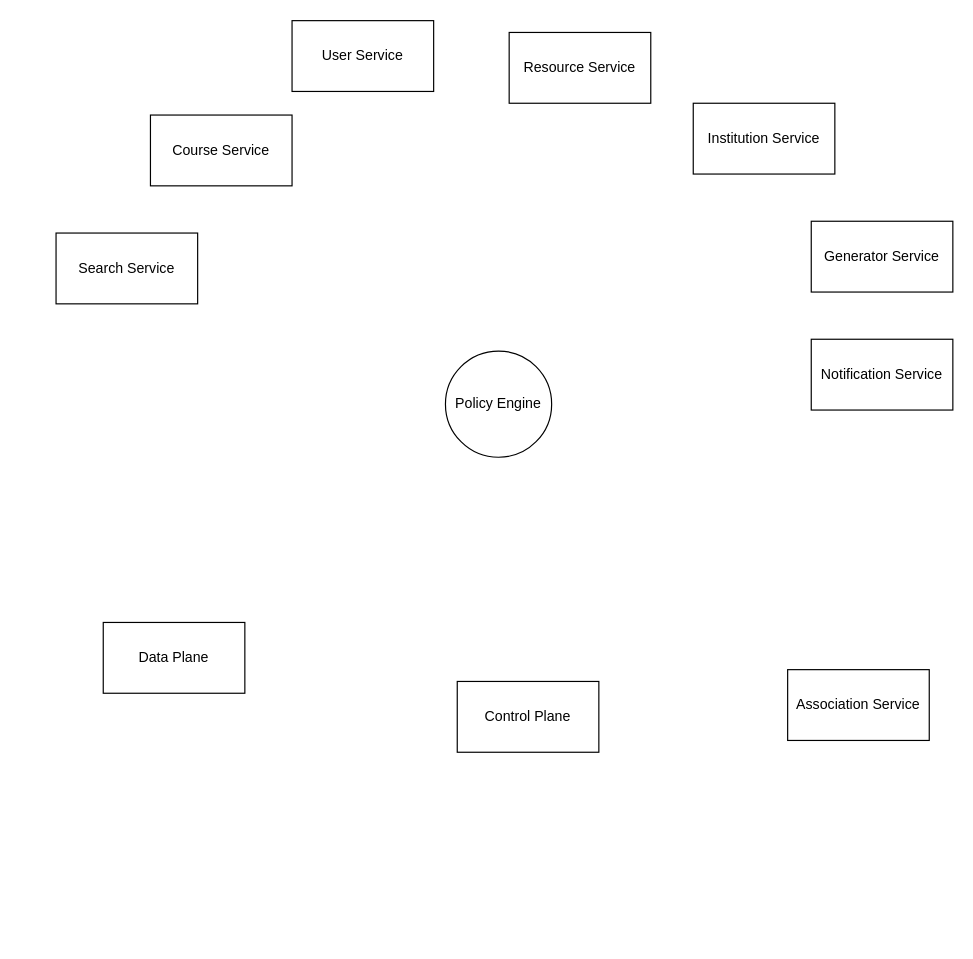
Above: diagrams/ContextDFD/Policy Engine System Context Diagram.drawio in Apollo-LW/Apollo-LW (draw.io), before the change. Source tidied: cells renumbered, new cells numbered last; positions are measured from the earlier drawing's top-left corner, leaving out a move shared by most shapes. Both pictures are drawn from the tidied source at 118%, with x=0, y=0 at pixel (55, 20).
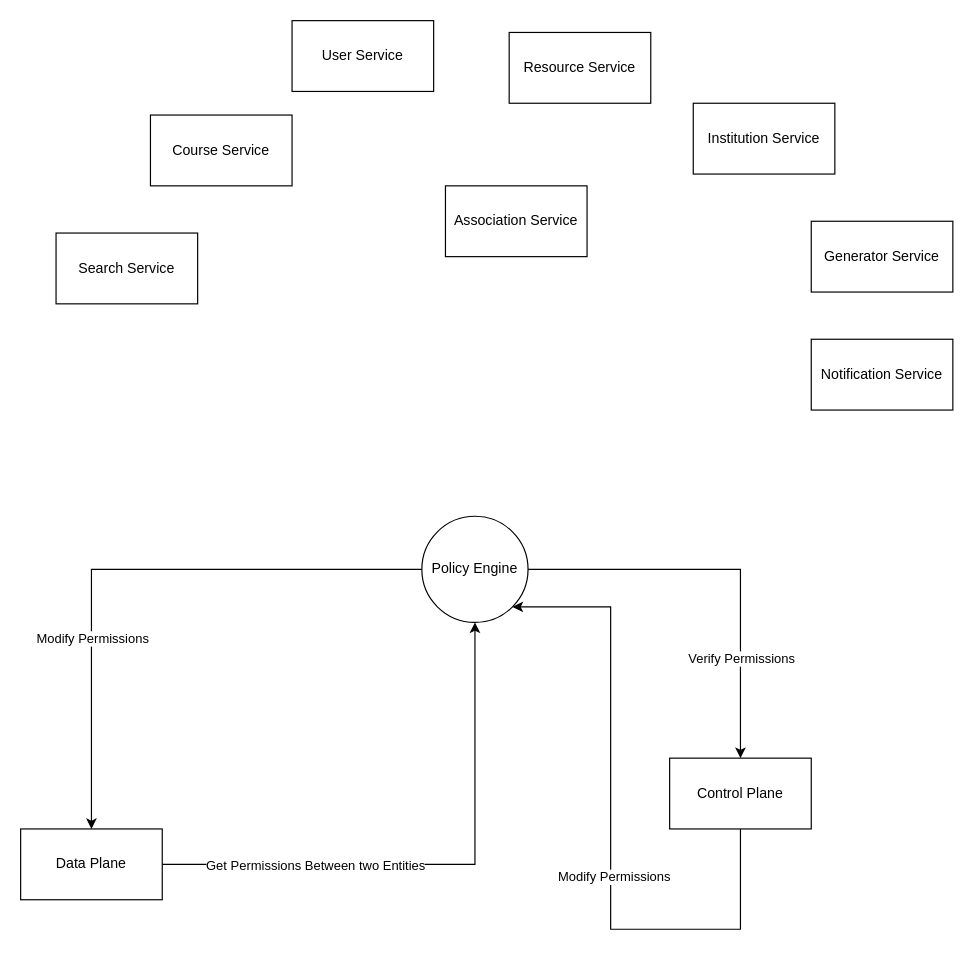
Above is the later version.

Commit message:
Add control and data plane

The edit, as a diff of the source:
```diff
@@
+    <mxCell id="13" style="edgeStyle=orthogonalEdgeStyle;rounded=0;jettySize=auto;html=1;entryX=0.5;entryY=0;entryDx=0;entryDy=0;" parent="1" edge="1" source="2" target="3">
+      <mxGeometry relative="1" as="geometry" />
+    </mxCell>
+    <mxCell id="14" value="Verify Permissions" style="edgeLabel;html=1;align=center;verticalAlign=middle;" parent="13" vertex="1">
+      <mxGeometry x="0.1" y="1" relative="1" as="geometry">
+        <mxPoint x="-1" y="68" as="offset" />
+      </mxGeometry>
+    </mxCell>
+    <mxCell id="15" style="edgeStyle=orthogonalEdgeStyle;rounded=0;jettySize=auto;html=1;entryX=0.5;entryY=0;entryDx=0;entryDy=0;" parent="1" edge="1" source="2" target="4">
+      <mxGeometry relative="1" as="geometry" />
+    </mxCell>
+    <mxCell id="16" value="Modify Permissions" style="edgeLabel;html=1;align=center;verticalAlign=middle;" parent="15" vertex="1">
+      <mxGeometry x="0.35" relative="1" as="geometry" />
+    </mxCell>
     <mxCell id="2" value="Policy Engine" style="ellipse;whiteSpace=wrap;html=1;" parent="1" vertex="1">
-      <mxGeometry x="330" y="280" width="90" height="90" as="geometry" />
+      <mxGeometry x="310" y="420" width="90" height="90" as="geometry" />
     </mxCell>
+    <mxCell id="17" style="edgeStyle=orthogonalEdgeStyle;rounded=0;jettySize=auto;html=1;entryX=1;entryY=1;entryDx=0;entryDy=0;" parent="1" edge="1" source="3" target="2">
+      <mxGeometry relative="1" as="geometry">
+        <Array as="points">
+          <mxPoint x="470" y="770" />
+          <mxPoint x="470" y="497" />
+        </Array>
+      </mxGeometry>
+    </mxCell>
+    <mxCell id="18" value="Modify Permissions" style="edgeLabel;html=1;align=center;verticalAlign=middle;" parent="17" vertex="1">
+      <mxGeometry x="-0.13" y="-2" relative="1" as="geometry" />
+    </mxCell>
     <mxCell id="3" value="Control Plane" style="rounded=0;whiteSpace=wrap;html=1;" parent="1" vertex="1">
-      <mxGeometry x="340" y="560" width="120" height="60" as="geometry" />
+      <mxGeometry x="520" y="625" width="120" height="60" as="geometry" />
     </mxCell>
+    <mxCell id="19" style="edgeStyle=orthogonalEdgeStyle;rounded=0;jettySize=auto;html=1;entryX=0.5;entryY=1;entryDx=0;entryDy=0;" parent="1" edge="1" source="4" target="2">
+      <mxGeometry relative="1" as="geometry">
+        <Array as="points">
+          <mxPoint x="355" y="715" />
+        </Array>
+      </mxGeometry>
+    </mxCell>
+    <mxCell id="20" value="Get Permissions Between two Entities" style="edgeLabel;html=1;align=center;verticalAlign=middle;" parent="19" vertex="1">
+      <mxGeometry x="-0.64" y="1" relative="1" as="geometry">
+        <mxPoint x="44" y="1" as="offset" />
+      </mxGeometry>
+    </mxCell>
     <mxCell id="4" value="Data Plane" style="rounded=0;whiteSpace=wrap;html=1;" parent="1" vertex="1">
-      <mxGeometry x="40" y="510" width="120" height="60" as="geometry" />
+      <mxGeometry x="-30" y="685" width="120" height="60" as="geometry" />
     </mxCell>
@@
     <mxCell id="12" value="Association Service" style="rounded=0;whiteSpace=wrap;html=1;" parent="1" vertex="1">
-      <mxGeometry x="620" y="550" width="120" height="60" as="geometry" />
+      <mxGeometry x="330" y="140" width="120" height="60" as="geometry" />
     </mxCell>
```
